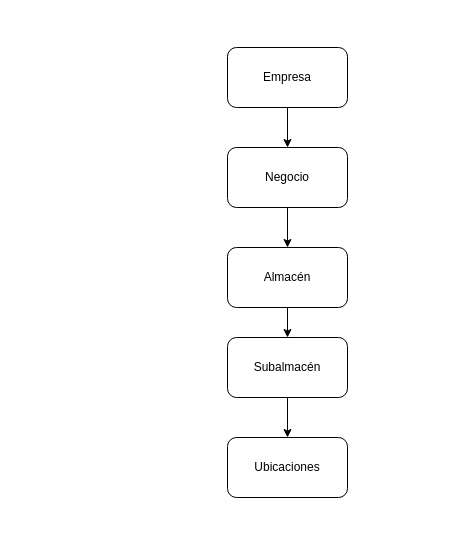
Earlier version of the draw.io diagram ArquitecturaWMS.drawio (ErnestoDanielTafoyaMolinaCYM/clases-cat-cym). Source tidied: cells renumbered, new cells numbered last; positions are measured from the earlier drawing's top-left corner, leaving out a move shared by most shapes. Both pictures are drawn from the tidied source at 100%, with x=0, y=0 at pixel (227, 47).
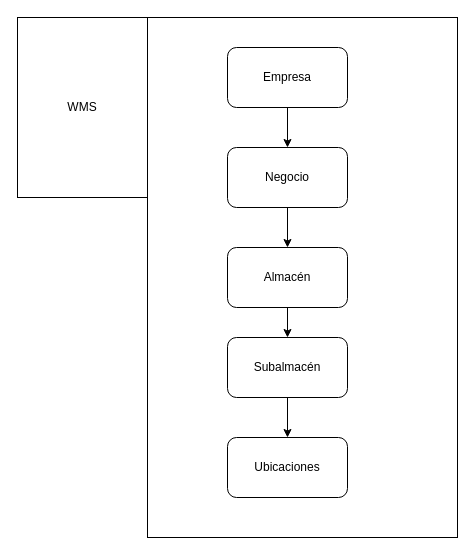
Above is the later version.

The edit, as a diff of the source:
```diff
@@
 <mxGraphModel>
   <root>
     <mxCell id="0" />
     <mxCell id="1" parent="0" />
+    <mxCell id="11" style="rounded=0;whiteSpace=wrap;html=1;" parent="1" vertex="1">
+      <mxGeometry x="-80" y="-30" width="310" height="520" as="geometry" />
+    </mxCell>
     <mxCell id="2" style="edgeStyle=orthogonalEdgeStyle;rounded=0;jettySize=auto;html=1;" parent="1" edge="1" source="3" target="5">
       <mxGeometry relative="1" as="geometry" />
     </mxCell>
     <mxCell id="3" value="Empresa" style="rounded=1;whiteSpace=wrap;html=1;" parent="1" vertex="1">
       <mxGeometry width="120" height="60" as="geometry" />
     </mxCell>
     <mxCell id="4" style="edgeStyle=orthogonalEdgeStyle;rounded=0;jettySize=auto;html=1;" parent="1" edge="1" source="5" target="7">
       <mxGeometry relative="1" as="geometry" />
     </mxCell>
     <mxCell id="5" value="Negocio" style="rounded=1;whiteSpace=wrap;html=1;" parent="1" vertex="1">
       <mxGeometry y="100" width="120" height="60" as="geometry" />
     </mxCell>
     <mxCell id="6" style="edgeStyle=orthogonalEdgeStyle;rounded=0;jettySize=auto;html=1;" parent="1" edge="1" source="7" target="9">
       <mxGeometry relative="1" as="geometry" />
     </mxCell>
     <mxCell id="7" value="Almacén" style="rounded=1;whiteSpace=wrap;html=1;" parent="1" vertex="1">
       <mxGeometry y="200" width="120" height="60" as="geometry" />
     </mxCell>
     <mxCell id="8" style="edgeStyle=orthogonalEdgeStyle;rounded=0;jettySize=auto;html=1;" parent="1" edge="1" source="9" target="10">
       <mxGeometry relative="1" as="geometry" />
     </mxCell>
     <mxCell id="9" value="Subalmacén" style="rounded=1;whiteSpace=wrap;html=1;" parent="1" vertex="1">
       <mxGeometry y="290" width="120" height="60" as="geometry" />
     </mxCell>
     <mxCell id="10" value="Ubicaciones" style="rounded=1;whiteSpace=wrap;html=1;" parent="1" vertex="1">
       <mxGeometry y="390" width="120" height="60" as="geometry" />
     </mxCell>
+    <mxCell id="12" value="WMS" style="rounded=0;whiteSpace=wrap;html=1;fillColor=#FFFFFF;" parent="1" vertex="1">
+      <mxGeometry x="-210" y="-30" width="130" height="180" as="geometry" />
+    </mxCell>
   </root>
 </mxGraphModel>
```
